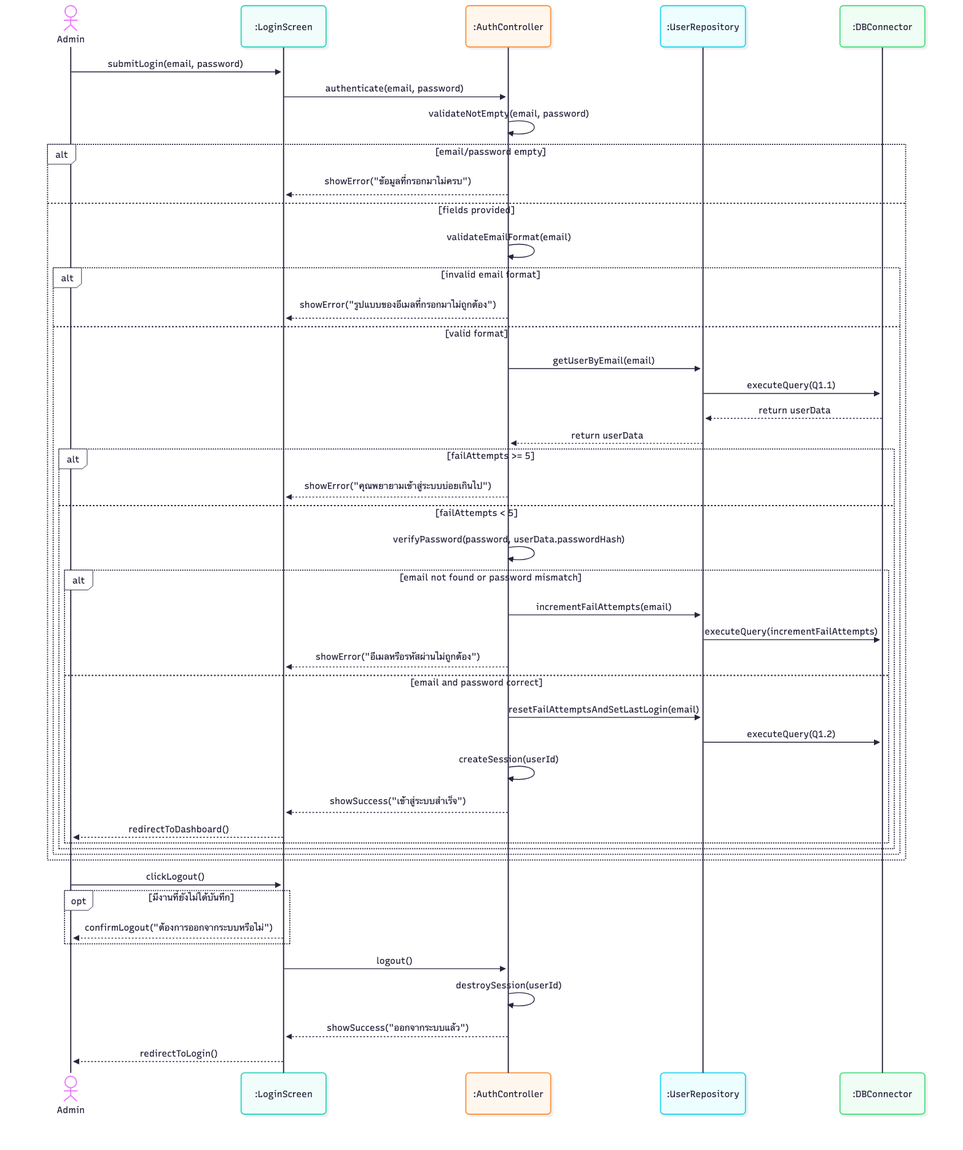
Above: 03-chapter2-use-case-descriptions/diagrams/png/1A-sequence.png in xbpkdi/321-sa-proj (Mermaid), before the change. Its source is kept beside it as 03-chapter2-use-case-descriptions/diagrams/mmd/1A-sequence.mmd.
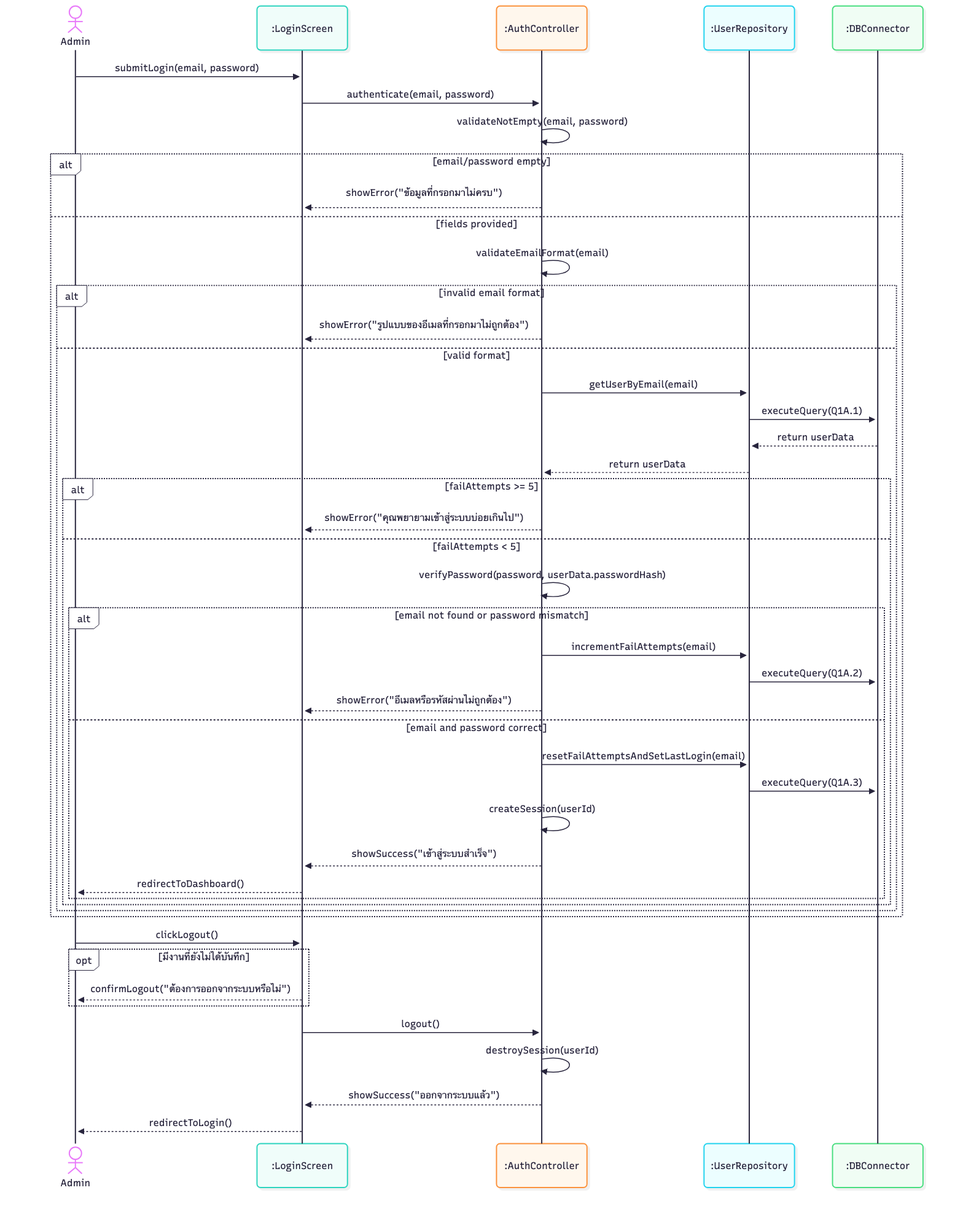
After the commit.

What changed in the source:
```diff
@@ -16,7 +16,7 @@
             AuthC-->>Screen: showError("รูปแบบของอีเมลที่กรอกมาไม่ถูกต้อง")
         else valid format
             AuthC->>UserRepo: getUserByEmail(email)
-            UserRepo->>DB: executeQuery(Q1.1)
+            UserRepo->>DB: executeQuery(Q1A.1)
             DB-->>UserRepo: return userData
             UserRepo-->>AuthC: return userData
             alt failAttempts >= 5
@@ -25,11 +25,11 @@
                 AuthC->>AuthC: verifyPassword(password, userData.passwordHash)
                 alt email not found or password mismatch
                     AuthC->>UserRepo: incrementFailAttempts(email)
-                    UserRepo->>DB: executeQuery(incrementFailAttempts)
+                    UserRepo->>DB: executeQuery(Q1A.2)
                     AuthC-->>Screen: showError("อีเมลหรือรหัสผ่านไม่ถูกต้อง")
                 else email and password correct
                     AuthC->>UserRepo: resetFailAttemptsAndSetLastLogin(email)
-                    UserRepo->>DB: executeQuery(Q1.2)
+                    UserRepo->>DB: executeQuery(Q1A.3)
                     AuthC->>AuthC: createSession(userId)
                     AuthC-->>Screen: showSuccess("เข้าสู่ระบบสำเร็จ")
                     Screen-->>Admin: redirectToDashboard()
```
